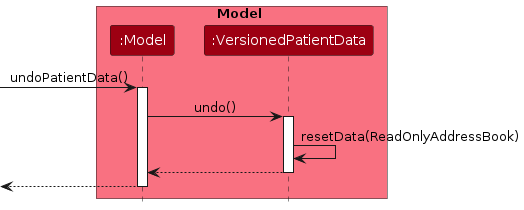
Above: diagrams/UndoSequenceDiagram-Model.png in AY2627S1-CS2103T-W08-1/tp (PlantUML), before the change. Its source is kept beside it as diagrams/UndoSequenceDiagram-Model.puml.
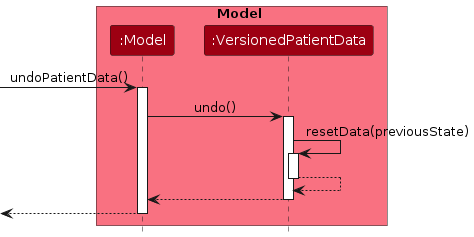
Above is the later version.

What changed in the source:
```diff
@@ -13,7 +13,12 @@
 Model -> VersionedPatientData : undo()
 activate VersionedPatientData
 
-VersionedPatientData -> VersionedPatientData :resetData(ReadOnlyAddressBook)
+VersionedPatientData -> VersionedPatientData : resetData(previousState)
+activate VersionedPatientData
+
+VersionedPatientData --> VersionedPatientData
+deactivate VersionedPatientData
+
 VersionedPatientData --> Model :
 deactivate VersionedPatientData
 
```
